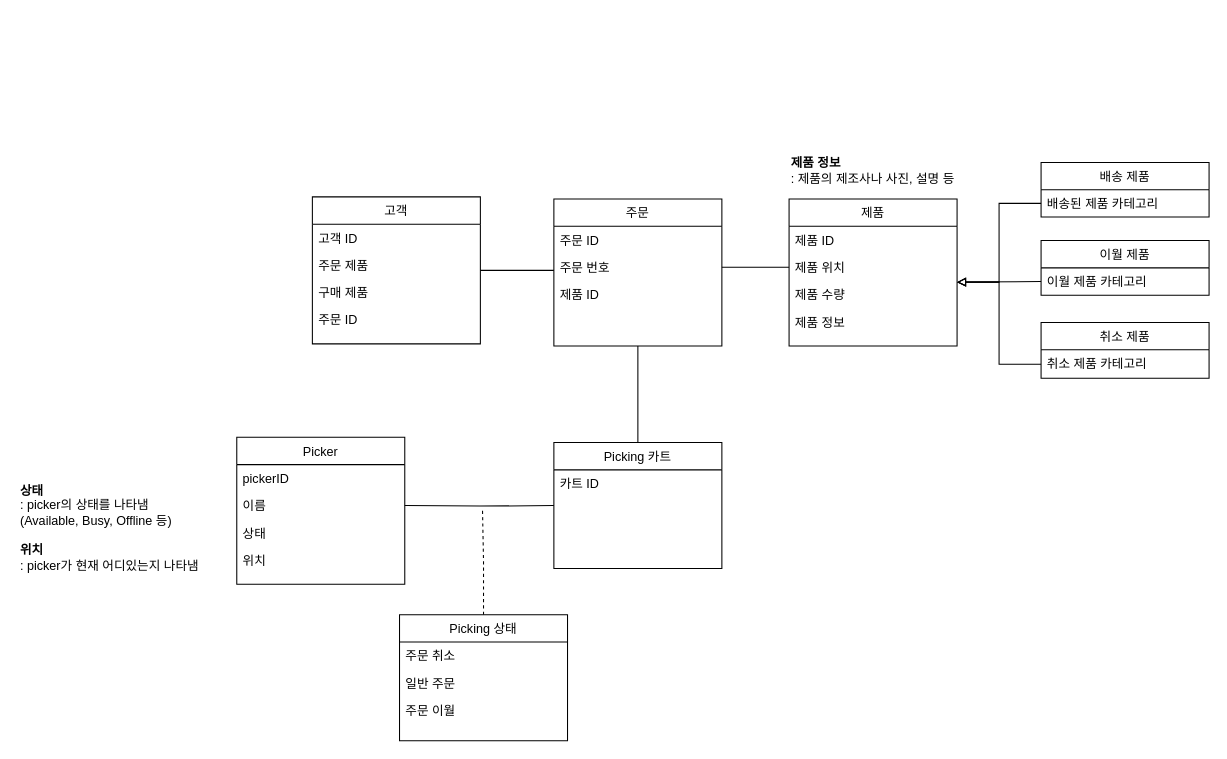
Earlier version of the draw.io diagram 시분설_6조_class_diagram.drawio (dbsrudrla/diagram). Source tidied: cells renumbered, new cells numbered last; positions are measured from the earlier drawing's top-left corner, leaving out a move shared by most shapes. Both pictures are drawn from the tidied source at 105%, with x=0, y=0 at pixel (18, 144).
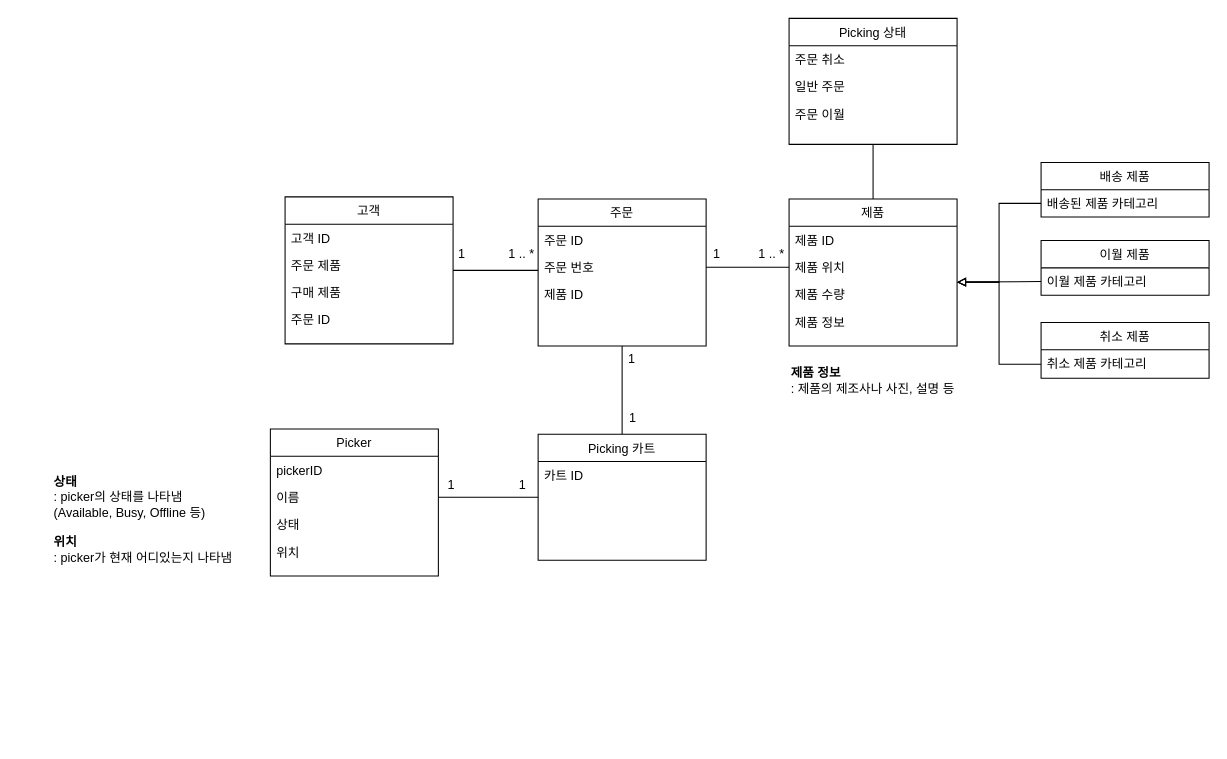
The same diagram, later.

Commit message (it also covers changes not shown here):
시분설_6조_class_diagram.drawio 업데이트

Unchanged cells that the change refers to:
```xml
<mxCell id="2" value="제품" style="swimlane;fontStyle=0;align=center;verticalAlign=top;horizontal=1;startSize=26;rounded=0;shadow=0;strokeWidth=1;" parent="1" vertex="1">
  <mxGeometry x="734" y="52" width="160" height="140" as="geometry" />
</mxCell>
<mxCell id="4" value="제품 위치" style="text;align=left;verticalAlign=top;spacingLeft=4;spacingRight=4;overflow=hidden;points=[[0,0.5],[1,0.5]];portConstraint=eastwest;" parent="2" vertex="1">
  <mxGeometry y="52" width="160" height="26" as="geometry" />
</mxCell>
<mxCell id="12" value="주문 번호" style="text;align=left;verticalAlign=top;spacingLeft=4;spacingRight=4;overflow=hidden;points=[[0,0.5],[1,0.5]];portConstraint=eastwest;" parent="10" vertex="1">
  <mxGeometry y="52" width="160" height="26" as="geometry" />
</mxCell>
<mxCell id="22" value="이름" style="text;align=left;verticalAlign=top;spacingLeft=4;spacingRight=4;overflow=hidden;points=[[0,0.5],[1,0.5]];portConstraint=eastwest;" parent="20" vertex="1">
  <mxGeometry y="52" width="160" height="26" as="geometry" />
</mxCell>
```

Change to the diagram source:
```diff
@@
-    <mxCell id="7" style="edgeStyle=orthogonalEdgeStyle;rounded=0;jettySize=auto;html=1;exitX=0.5;exitY=0;exitDx=0;exitDy=0;entryX=0.5;entryY=1;entryDx=0;entryDy=0;endArrow=none;endFill=0;" parent="1" edge="1" source="8" target="10">
+    <mxCell id="7" style="rounded=0;jettySize=auto;html=1;exitX=0.5;exitY=0;exitDx=0;exitDy=0;entryX=0.5;entryY=1;entryDx=0;entryDy=0;endArrow=none;endFill=0;" parent="1" edge="1" source="8" target="10">
       <mxGeometry relative="1" as="geometry" />
     </mxCell>
     <mxCell id="8" value="Picking 카트" style="swimlane;fontStyle=0;align=center;verticalAlign=top;horizontal=1;startSize=26;rounded=0;shadow=0;strokeWidth=1;" parent="1" vertex="1">
-      <mxGeometry x="510" y="284" width="160" height="120" as="geometry" />
+      <mxGeometry x="495" y="276" width="160" height="120" as="geometry" />
     </mxCell>
@@
     <mxCell id="10" value="주문" style="swimlane;fontStyle=0;align=center;verticalAlign=top;horizontal=1;startSize=26;rounded=0;shadow=0;strokeWidth=1;" parent="1" vertex="1">
-      <mxGeometry x="510" y="52" width="160" height="140" as="geometry" />
+      <mxGeometry x="495" y="52" width="160" height="140" as="geometry" />
     </mxCell>
@@
-    <mxCell id="14" style="edgeStyle=orthogonalEdgeStyle;rounded=0;jettySize=auto;html=1;exitX=1;exitY=0.5;exitDx=0;exitDy=0;endArrow=none;endFill=0;" parent="1" edge="1" source="15">
+    <mxCell id="14" style="rounded=0;jettySize=auto;html=1;exitX=1;exitY=0.5;exitDx=0;exitDy=0;endArrow=none;endFill=0;" parent="1" edge="1" source="15">
       <mxGeometry relative="1" as="geometry">
-        <mxPoint x="510" y="120" as="targetPoint" />
-        <Array as="points">
-          <mxPoint x="510" y="120" />
-        </Array>
+        <mxPoint x="495" y="120" as="targetPoint" />
       </mxGeometry>
     </mxCell>
     <mxCell id="15" value="고객" style="swimlane;fontStyle=0;align=center;verticalAlign=top;horizontal=1;startSize=26;rounded=0;shadow=0;strokeWidth=1;" parent="1" vertex="1">
-      <mxGeometry x="280" y="50" width="160" height="140" as="geometry" />
+      <mxGeometry x="254" y="50" width="160" height="140" as="geometry" />
     </mxCell>
@@
     <mxCell id="20" value="Picker" style="swimlane;fontStyle=0;align=center;verticalAlign=top;horizontal=1;startSize=26;rounded=0;shadow=0;strokeWidth=1;" parent="1" vertex="1">
-      <mxGeometry x="208" y="279" width="160" height="140" as="geometry" />
+      <mxGeometry x="240" y="271" width="160" height="140" as="geometry" />
     </mxCell>
@@
-    <mxCell id="25" style="edgeStyle=orthogonalEdgeStyle;rounded=0;jettySize=auto;html=1;exitX=0.5;exitY=0;exitDx=0;exitDy=0;dashed=1;endArrow=none;endFill=0;" parent="1" edge="1" source="26">
-      <mxGeometry relative="1" as="geometry">
-        <mxPoint x="442" y="346" as="targetPoint" />
-      </mxGeometry>
-    </mxCell>
-    <mxCell id="26" value="Picking 상태" style="swimlane;fontStyle=0;align=center;verticalAlign=top;horizontal=1;startSize=26;rounded=0;shadow=0;strokeWidth=1;" parent="1" vertex="1">
-      <mxGeometry x="363" y="448" width="160" height="120" as="geometry" />
-    </mxCell>
-    <mxCell id="27" value="주문 취소" style="text;align=left;verticalAlign=top;spacingLeft=4;spacingRight=4;overflow=hidden;rounded=0;shadow=0;html=0;" parent="26" vertex="1">
-      <mxGeometry y="26" width="160" height="26" as="geometry" />
-    </mxCell>
-    <mxCell id="28" value="일반 주문" style="text;align=left;verticalAlign=top;spacingLeft=4;spacingRight=4;overflow=hidden;" parent="26" vertex="1">
-      <mxGeometry y="52" width="160" height="26" as="geometry" />
-    </mxCell>
-    <mxCell id="29" value="주문 이월" style="text;align=left;verticalAlign=top;spacingLeft=4;spacingRight=4;overflow=hidden;rounded=0;shadow=0;html=0;" parent="26" vertex="1">
-      <mxGeometry y="78" width="160" height="26" as="geometry" />
-    </mxCell>
@@
-    <mxCell id="39" style="edgeStyle=orthogonalEdgeStyle;rounded=0;jettySize=auto;html=1;entryX=0;entryY=0.5;entryDx=0;entryDy=0;endArrow=none;endFill=0;" parent="1" edge="1" target="8">
-      <mxGeometry relative="1" as="geometry">
-        <mxPoint x="368" y="344" as="sourcePoint" />
-      </mxGeometry>
+    <mxCell id="39" style="rounded=0;jettySize=auto;html=1;entryX=0;entryY=0.5;entryDx=0;entryDy=0;endArrow=none;endFill=0;exitX=1;exitY=0.5;exitDx=0;exitDy=0;" parent="1" edge="1" source="22" target="8">
+      <mxGeometry relative="1" as="geometry" />
     </mxCell>
-    <mxCell id="40" style="edgeStyle=orthogonalEdgeStyle;rounded=0;jettySize=auto;html=1;exitX=1;exitY=0.5;exitDx=0;exitDy=0;entryX=0;entryY=0.5;entryDx=0;entryDy=0;endArrow=none;endFill=0;" parent="1" edge="1" source="12" target="4">
+    <mxCell id="40" style="rounded=0;jettySize=auto;html=1;exitX=1;exitY=0.5;exitDx=0;exitDy=0;entryX=0;entryY=0.5;entryDx=0;entryDy=0;endArrow=none;endFill=0;" parent="1" edge="1" source="12" target="4">
       <mxGeometry relative="1" as="geometry" />
     </mxCell>
     <mxCell id="41" value="&lt;b&gt;상태&lt;/b&gt;&amp;nbsp;&lt;br&gt;: picker의 상태를 나타냄&lt;br&gt;(Available, Busy, Offline 등)" style="text;html=1;strokeColor=none;fillColor=none;align=left;verticalAlign=middle;whiteSpace=wrap;rounded=0;" parent="1" vertex="1">
-      <mxGeometry y="319" width="190" height="50" as="geometry" />
+      <mxGeometry x="32" y="311" width="190" height="50" as="geometry" />
     </mxCell>
     <mxCell id="42" value="&lt;b&gt;위치&lt;/b&gt;&amp;nbsp;&lt;br&gt;: picker가 현재 어디있는지 나타냄" style="text;html=1;strokeColor=none;fillColor=none;align=left;verticalAlign=middle;whiteSpace=wrap;rounded=0;" parent="1" vertex="1">
-      <mxGeometry y="369" width="190" height="50" as="geometry" />
+      <mxGeometry x="32" y="361" width="190" height="50" as="geometry" />
     </mxCell>
     <mxCell id="43" value="&lt;b&gt;제품 정보&lt;/b&gt;&amp;nbsp;&lt;br&gt;: 제품의 제조사나 사진, 설명 등" style="text;html=1;strokeColor=none;fillColor=none;align=left;verticalAlign=middle;whiteSpace=wrap;rounded=0;" parent="1" vertex="1">
-      <mxGeometry x="734" width="176" height="50" as="geometry" />
+      <mxGeometry x="734" y="200" width="176" height="50" as="geometry" />
     </mxCell>
+    <mxCell id="44" value="1" style="text;html=1;align=center;verticalAlign=middle;strokeColor=none;fillColor=none;" parent="1" vertex="1">
+      <mxGeometry x="397" y="310" width="30" height="30" as="geometry" />
+    </mxCell>
+    <mxCell id="45" value="1" style="text;html=1;align=center;verticalAlign=middle;strokeColor=none;fillColor=none;" parent="1" vertex="1">
+      <mxGeometry x="465" y="310" width="30" height="30" as="geometry" />
+    </mxCell>
+    <mxCell id="46" style="edgeStyle=orthogonalEdgeStyle;rounded=0;jettySize=auto;html=1;entryX=0.5;entryY=0;entryDx=0;entryDy=0;endArrow=none;endFill=0;" parent="1" edge="1" source="26" target="2">
+      <mxGeometry relative="1" as="geometry" />
+    </mxCell>
+    <mxCell id="26" value="Picking 상태" style="swimlane;fontStyle=0;align=center;verticalAlign=top;horizontal=1;startSize=26;rounded=0;shadow=0;strokeWidth=1;" parent="1" vertex="1">
+      <mxGeometry x="734" y="-120" width="160" height="120" as="geometry" />
+    </mxCell>
+    <mxCell id="27" value="주문 취소" style="text;align=left;verticalAlign=top;spacingLeft=4;spacingRight=4;overflow=hidden;rounded=0;shadow=0;html=0;" parent="26" vertex="1">
+      <mxGeometry y="26" width="160" height="26" as="geometry" />
+    </mxCell>
+    <mxCell id="28" value="일반 주문" style="text;align=left;verticalAlign=top;spacingLeft=4;spacingRight=4;overflow=hidden;" parent="26" vertex="1">
+      <mxGeometry y="52" width="160" height="26" as="geometry" />
+    </mxCell>
+    <mxCell id="29" value="주문 이월" style="text;align=left;verticalAlign=top;spacingLeft=4;spacingRight=4;overflow=hidden;rounded=0;shadow=0;html=0;" parent="26" vertex="1">
+      <mxGeometry y="78" width="160" height="26" as="geometry" />
+    </mxCell>
+    <mxCell id="47" value="1" style="text;html=1;align=center;verticalAlign=middle;strokeColor=none;fillColor=none;" parent="1" vertex="1">
+      <mxGeometry x="569" y="190" width="30" height="30" as="geometry" />
+    </mxCell>
+    <mxCell id="48" value="1" style="text;html=1;align=center;verticalAlign=middle;strokeColor=none;fillColor=none;" parent="1" vertex="1">
+      <mxGeometry x="570" y="246" width="30" height="30" as="geometry" />
+    </mxCell>
+    <mxCell id="49" value="1" style="text;html=1;align=center;verticalAlign=middle;strokeColor=none;fillColor=none;" parent="1" vertex="1">
+      <mxGeometry x="407" y="90" width="30" height="30" as="geometry" />
+    </mxCell>
+    <mxCell id="50" value="1 .. *" style="text;html=1;align=center;verticalAlign=middle;strokeColor=none;fillColor=none;" parent="1" vertex="1">
+      <mxGeometry x="454" y="90" width="50" height="30" as="geometry" />
+    </mxCell>
+    <mxCell id="51" value="1" style="text;html=1;align=center;verticalAlign=middle;strokeColor=none;fillColor=none;" parent="1" vertex="1">
+      <mxGeometry x="650" y="90" width="30" height="30" as="geometry" />
+    </mxCell>
+    <mxCell id="52" value="1 .. *" style="text;html=1;align=center;verticalAlign=middle;strokeColor=none;fillColor=none;" parent="1" vertex="1">
+      <mxGeometry x="692" y="90" width="50" height="30" as="geometry" />
+    </mxCell>
```
